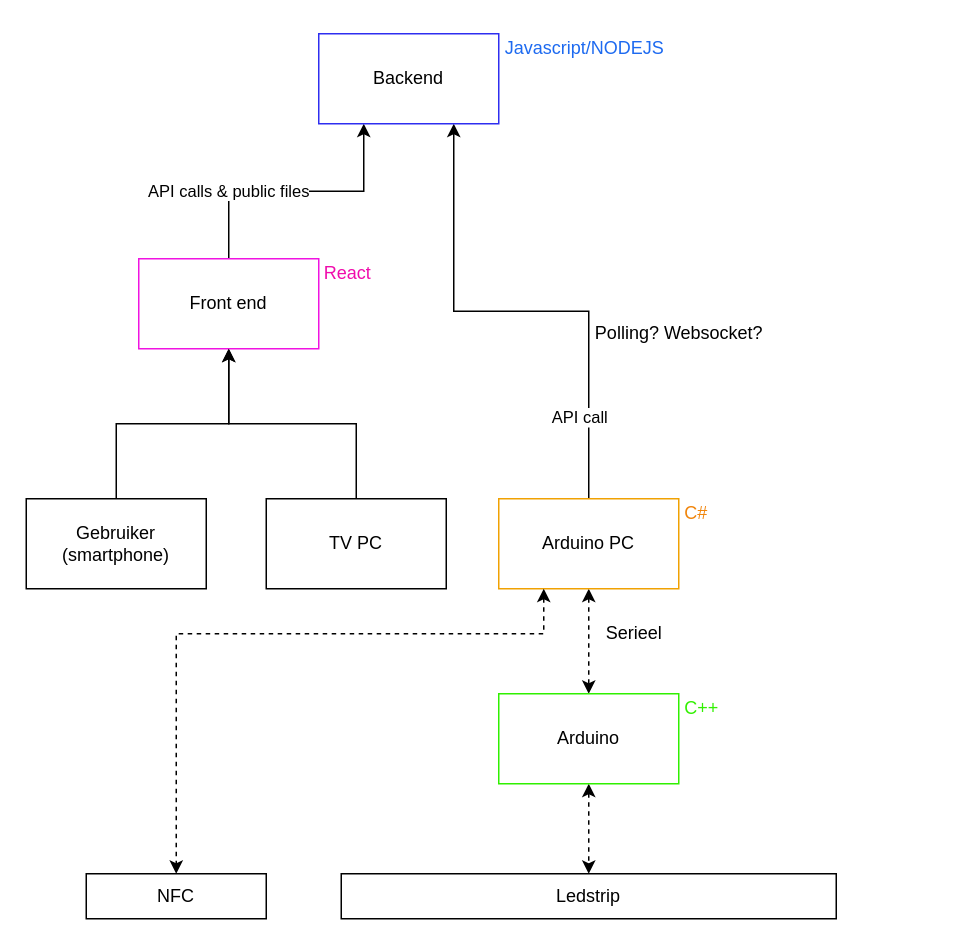
The draw.io diagram architecture.drawio in PollenCode/rgb-navigation, before the edit. Source tidied: cells renumbered, new cells numbered last; positions are measured from the earlier drawing's top-left corner, leaving out a move shared by most shapes. Both pictures are drawn from the tidied source at 150%, with x=0, y=0 at pixel (26, 33).
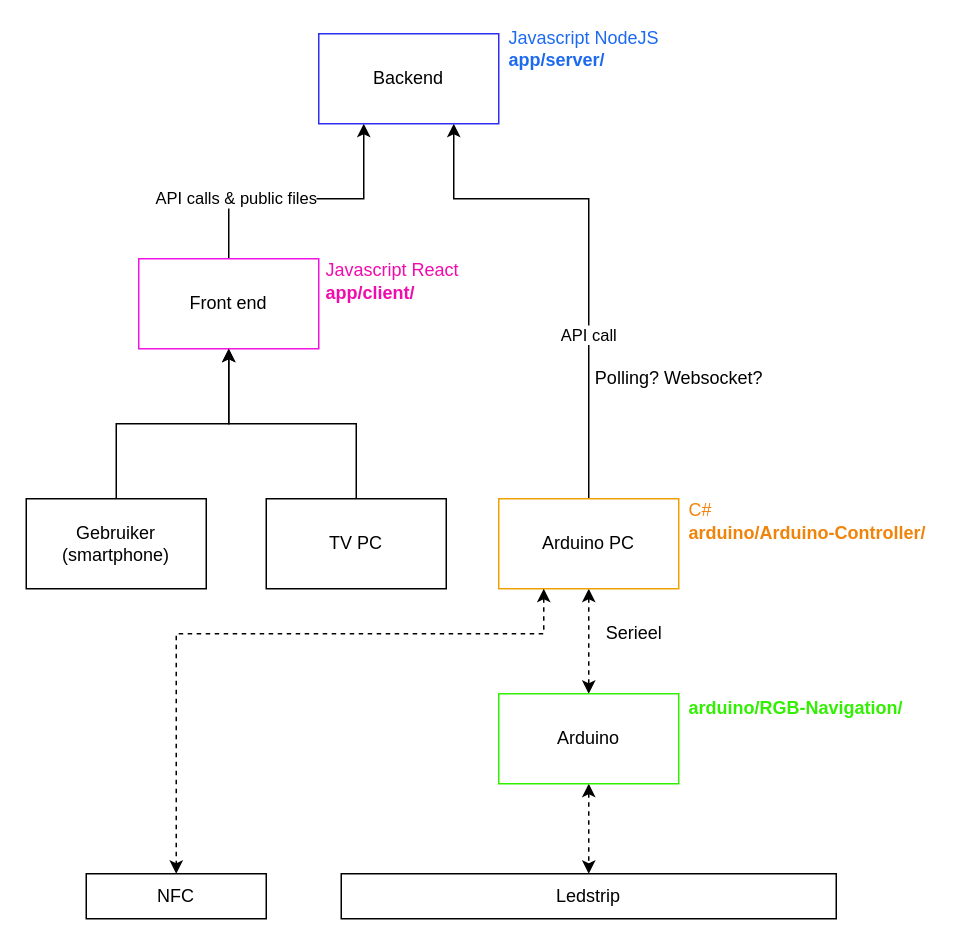
After the change.

Commit message (it also covers changes not shown here):
New diagram and attributes

The change refers to these unchanged cells:
```xml
<mxCell id="7" value="Arduino PC" style="rounded=0;whiteSpace=wrap;html=1;strokeColor=#F0A102;" parent="1" vertex="1">
  <mxGeometry x="315" y="310" width="120" height="60" as="geometry" />
</mxCell>
<mxCell id="15" value="Front end" style="rounded=0;whiteSpace=wrap;html=1;strokeColor=#F013E1;" parent="1" vertex="1">
  <mxGeometry x="75" y="150" width="120" height="60" as="geometry" />
</mxCell>
<mxCell id="16" value="Backend" style="rounded=0;whiteSpace=wrap;html=1;strokeColor=#2E2EF0;" parent="1" vertex="1">
  <mxGeometry x="195" width="120" height="60" as="geometry" />
</mxCell>
```

The edit, as a diff of the source:
```diff
@@
     <mxCell id="5" style="edgeStyle=orthogonalEdgeStyle;rounded=0;jettySize=auto;html=1;exitX=0.5;exitY=0;exitDx=0;exitDy=0;entryX=0.75;entryY=1;entryDx=0;entryDy=0;" parent="1" edge="1" source="7" target="16">
-      <mxGeometry relative="1" as="geometry" />
+      <mxGeometry relative="1" as="geometry">
+        <Array as="points">
+          <mxPoint x="375" y="110" />
+          <mxPoint x="285" y="110" />
+        </Array>
+      </mxGeometry>
     </mxCell>
     <mxCell id="6" value="API call" style="edgeLabel;html=1;align=center;verticalAlign=middle;" parent="5" vertex="1">
       <mxGeometry x="0.19" relative="1" as="geometry">
-        <mxPoint x="70.7" y="70" as="offset" />
+        <mxPoint x="1.3" y="90" as="offset" />
       </mxGeometry>
     </mxCell>
@@
     <mxCell id="13" style="edgeStyle=orthogonalEdgeStyle;rounded=0;jettySize=auto;html=1;exitX=0.5;exitY=0;exitDx=0;exitDy=0;entryX=0.25;entryY=1;entryDx=0;entryDy=0;" parent="1" edge="1" source="15" target="16">
-      <mxGeometry relative="1" as="geometry" />
+      <mxGeometry relative="1" as="geometry">
+        <Array as="points">
+          <mxPoint x="135" y="110" />
+          <mxPoint x="225" y="110" />
+        </Array>
+      </mxGeometry>
     </mxCell>
@@
     <mxCell id="19" value="Polling? Websocket?" style="text;html=1;align=center;verticalAlign=middle;" parent="1" vertex="1">
-      <mxGeometry x="370" y="190" width="130" height="20" as="geometry" />
+      <mxGeometry x="370" y="220" width="130" height="20" as="geometry" />
     </mxCell>
@@
-    <mxCell id="21" value="C#&amp;nbsp;" style="text;html=1;align=center;verticalAlign=middle;fontColor=#F0840A;" parent="1" vertex="1">
-      <mxGeometry x="433" y="310" width="30" height="20" as="geometry" />
+    <mxCell id="21" value="C#&amp;nbsp;&lt;br&gt;&lt;b&gt;arduino/Arduino-Controller/&lt;/b&gt;" style="text;html=1;align=left;verticalAlign=middle;fontColor=#F0840A;" parent="1" vertex="1">
+      <mxGeometry x="440" y="310" width="170" height="30" as="geometry" />
     </mxCell>
-    <mxCell id="22" value="C++" style="text;html=1;align=center;verticalAlign=middle;fontColor=#32F002;" parent="1" vertex="1">
-      <mxGeometry x="430" y="440" width="40" height="20" as="geometry" />
+    <mxCell id="22" value="&lt;b&gt;arduino/RGB-Navigation/&lt;/b&gt;" style="text;html=1;align=left;verticalAlign=middle;fontColor=#32F002;" parent="1" vertex="1">
+      <mxGeometry x="440" y="440" width="160" height="20" as="geometry" />
     </mxCell>
-    <mxCell id="23" value="Javascript/NODEJS" style="text;html=1;align=center;verticalAlign=middle;fontColor=#1D6AF0;" parent="1" vertex="1">
-      <mxGeometry x="312" width="120" height="20" as="geometry" />
+    <mxCell id="23" value="Javascript NodeJS&lt;br&gt;&lt;b&gt;app/server/&lt;/b&gt;" style="text;html=1;align=left;verticalAlign=middle;fontColor=#1D6AF0;" parent="1" vertex="1">
+      <mxGeometry x="320" y="-5" width="120" height="30" as="geometry" />
     </mxCell>
-    <mxCell id="24" value="React" style="text;html=1;align=center;verticalAlign=middle;fontColor=#F00CAC;" parent="1" vertex="1">
-      <mxGeometry x="189" y="150" width="50" height="20" as="geometry" />
+    <mxCell id="24" value="Javascript React&lt;br&gt;&lt;b&gt;app/client/&lt;/b&gt;&lt;br&gt;" style="text;html=1;align=left;verticalAlign=middle;fontColor=#F00CAC;" parent="1" vertex="1">
+      <mxGeometry x="198" y="150" width="100" height="30" as="geometry" />
     </mxCell>
```
